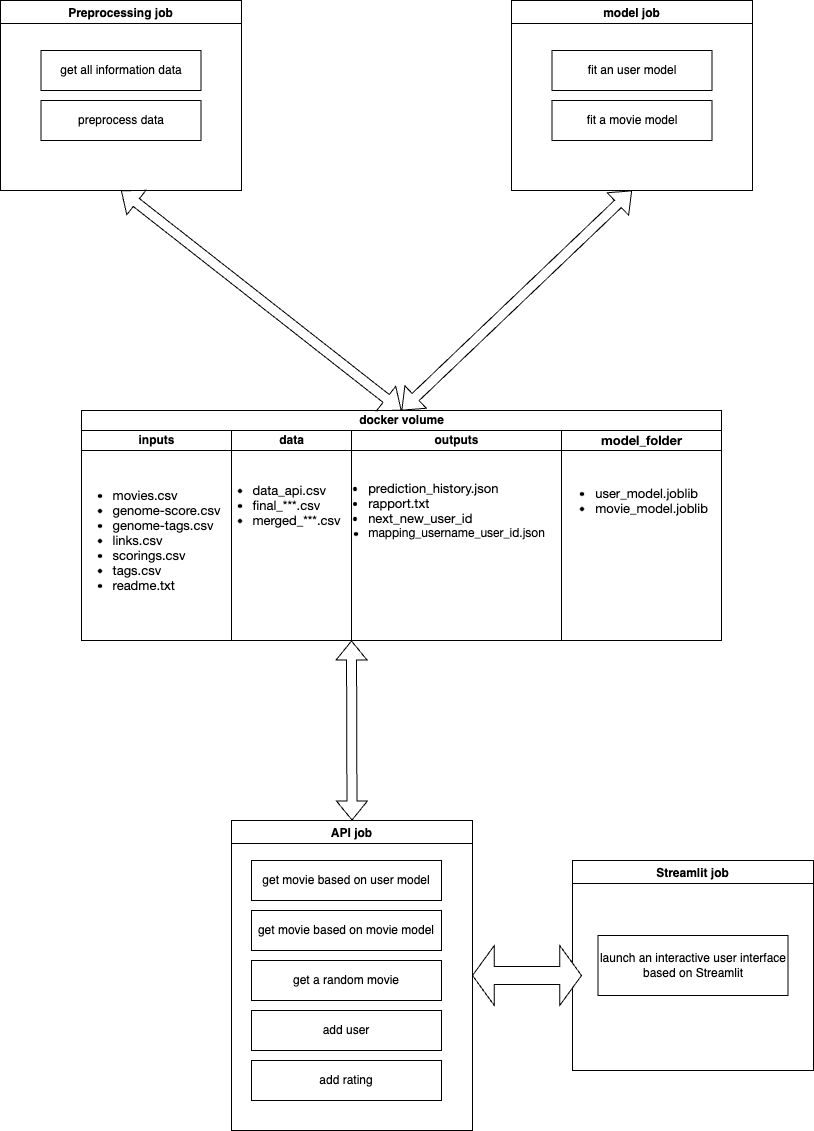
This is Images/reco_diagram.png from mlops-recofilm/recofilm, a draw.io export, as it was before one commit. Source tidied: cells renumbered, new cells last; positions are measured from the earlier drawing's top-left corner, leaving out a move shared by most shapes.
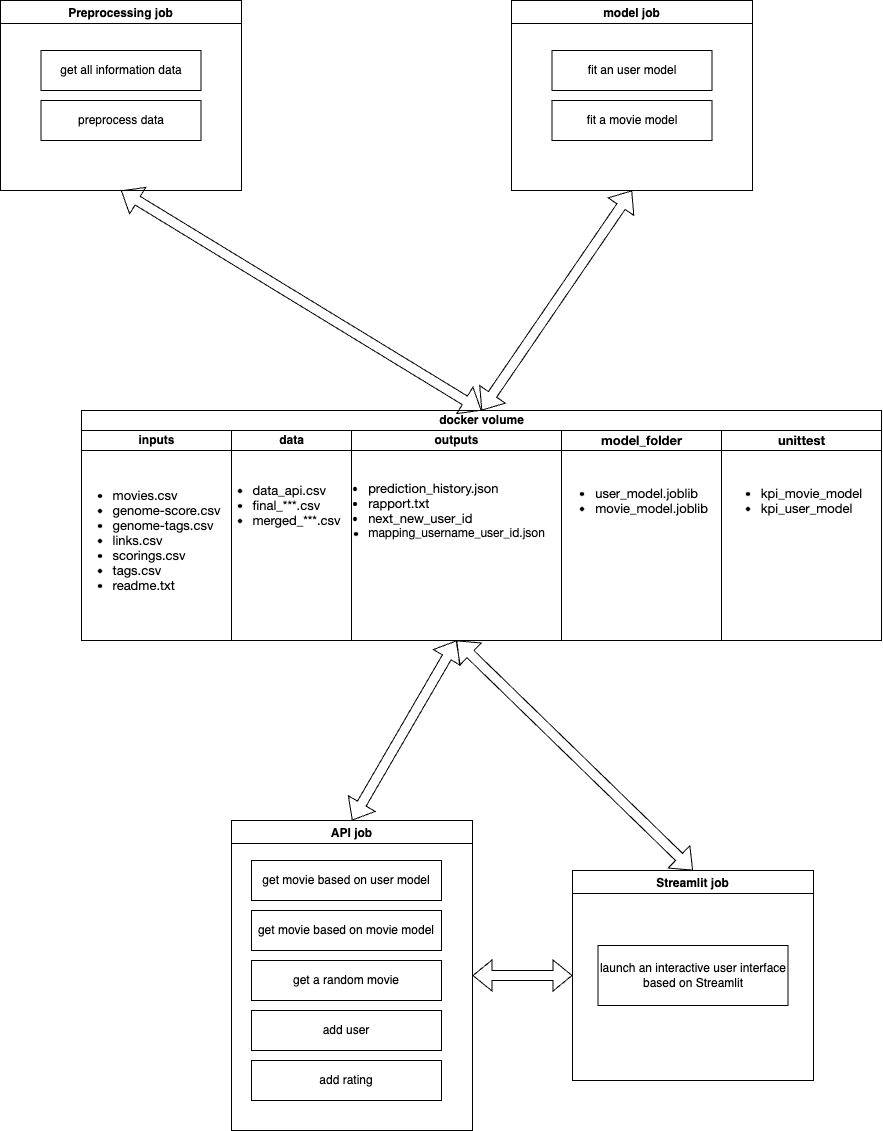
After the commit.

The edit, as a diff of the source:
```diff
@@ -12,7 +12,7 @@
       <mxGeometry x="40.5" y="100" width="160" height="40" as="geometry" />
     </mxCell>
     <mxCell id="5" value="docker volume" style="swimlane;startSize=20;html=1;" parent="1" vertex="1">
-      <mxGeometry x="81" y="410" width="640" height="230" as="geometry" />
+      <mxGeometry x="81" y="410" width="800" height="230" as="geometry" />
     </mxCell>
     <mxCell id="6" value="inputs" style="swimlane;startSize=20;html=1;" parent="5" vertex="1">
       <mxGeometry y="20" width="150" height="210" as="geometry" />
@@ -38,6 +38,12 @@
     <mxCell id="13" value="&lt;ul style=&quot;border-color: var(--border-color); font-size: medium; text-align: start;&quot; class=&quot;ul1&quot;&gt;&lt;li style=&quot;border-color: var(--border-color); margin: 0px; font-variant-numeric: normal; font-variant-east-asian: normal; font-variant-alternates: normal; font-kerning: auto; font-optical-sizing: auto; font-feature-settings: normal; font-variation-settings: normal; font-stretch: normal; font-size: 13px; line-height: normal; font-family: &amp;quot;Helvetica Neue&amp;quot;;&quot; class=&quot;li1&quot;&gt;user_model.joblib&lt;/li&gt;&lt;li style=&quot;border-color: var(--border-color); margin: 0px; font-variant-numeric: normal; font-variant-east-asian: normal; font-variant-alternates: normal; font-kerning: auto; font-optical-sizing: auto; font-feature-settings: normal; font-variation-settings: normal; font-stretch: normal; font-size: 13px; line-height: normal; font-family: &amp;quot;Helvetica Neue&amp;quot;;&quot; class=&quot;li1&quot;&gt;movie_model.joblib&lt;/li&gt;&lt;/ul&gt;" style="text;html=1;align=center;verticalAlign=middle;strokeColor=none;fillColor=none;" parent="12" vertex="1">
       <mxGeometry x="-20" y="30" width="180" height="80" as="geometry" />
     </mxCell>
+    <mxCell id="29" value="&lt;span style=&quot;font-family: &amp;quot;Helvetica Neue&amp;quot;; font-size: 13px; text-align: start; background-color: initial;&quot;&gt;unittest&lt;/span&gt;" style="swimlane;startSize=20;html=1;fontStyle=1;" parent="5" vertex="1">
+      <mxGeometry x="640" y="20" width="160" height="210" as="geometry" />
+    </mxCell>
+    <mxCell id="30" value="&lt;ul style=&quot;border-color: var(--border-color); font-size: medium; text-align: start;&quot; class=&quot;ul1&quot;&gt;&lt;li style=&quot;border-color: var(--border-color); margin: 0px; font-variant-numeric: normal; font-variant-east-asian: normal; font-variant-alternates: normal; font-kerning: auto; font-optical-sizing: auto; font-feature-settings: normal; font-variation-settings: normal; font-stretch: normal; font-size: 13px; line-height: normal; font-family: &amp;quot;Helvetica Neue&amp;quot;;&quot; class=&quot;li1&quot;&gt;kpi_movie_model&lt;/li&gt;&lt;li style=&quot;border-color: var(--border-color); margin: 0px; font-variant-numeric: normal; font-variant-east-asian: normal; font-variant-alternates: normal; font-kerning: auto; font-optical-sizing: auto; font-feature-settings: normal; font-variation-settings: normal; font-stretch: normal; font-size: 13px; line-height: normal; font-family: &amp;quot;Helvetica Neue&amp;quot;;&quot; class=&quot;li1&quot;&gt;kpi_user_model&lt;/li&gt;&lt;/ul&gt;" style="text;html=1;align=center;verticalAlign=middle;strokeColor=none;fillColor=none;" parent="29" vertex="1">
+      <mxGeometry x="-10" y="30" width="160" height="80" as="geometry" />
+    </mxCell>
     <mxCell id="14" value="model job" style="swimlane;" parent="1" vertex="1">
       <mxGeometry x="511" width="241" height="190" as="geometry" />
     </mxCell>
@@ -71,17 +77,20 @@
     <mxCell id="24" value="add rating" style="rounded=0;whiteSpace=wrap;html=1;" parent="19" vertex="1">
       <mxGeometry x="20" y="240" width="190" height="40" as="geometry" />
     </mxCell>
-    <mxCell id="25" style="shape=flexArrow;endArrow=classic;startArrow=classic;html=1;rounded=0;exitX=0.5;exitY=0;exitDx=0;exitDy=0;entryX=0;entryY=1;entryDx=0;entryDy=0;" parent="1" edge="1" source="19" target="9">
+    <mxCell id="25" style="shape=flexArrow;endArrow=classic;startArrow=classic;html=1;rounded=0;exitX=0.5;exitY=0;exitDx=0;exitDy=0;entryX=0.5;entryY=1;entryDx=0;entryDy=0;" parent="1" edge="1" source="19" target="9">
       <mxGeometry relative="1" as="geometry" />
     </mxCell>
     <mxCell id="26" value="Streamlit job" style="swimlane;" parent="1" vertex="1">
-      <mxGeometry x="572" y="860" width="241" height="210" as="geometry" />
+      <mxGeometry x="572" y="870" width="241" height="210" as="geometry" />
     </mxCell>
     <mxCell id="27" value="launch an interactive user interface based on Streamlit" style="rounded=0;whiteSpace=wrap;html=1;" parent="26" vertex="1">
       <mxGeometry x="25.5" y="75" width="190" height="60" as="geometry" />
     </mxCell>
-    <mxCell id="28" style="shape=doubleArrow;whiteSpace=wrap;html=1;" parent="1" vertex="1">
-      <mxGeometry x="472" y="945" width="109" height="60" as="geometry" />
-    </mxCell>
+    <mxCell id="31" style="shape=flexArrow;endArrow=classic;startArrow=classic;html=1;rounded=0;exitX=0.5;exitY=0;exitDx=0;exitDy=0;entryX=0.5;entryY=1;entryDx=0;entryDy=0;" parent="1" edge="1" source="26" target="9">
+      <mxGeometry relative="1" as="geometry" />
+    </mxCell>
+    <mxCell id="32" style="shape=flexArrow;endArrow=classic;startArrow=classic;html=1;rounded=0;exitX=0;exitY=0.5;exitDx=0;exitDy=0;entryX=1;entryY=0.5;entryDx=0;entryDy=0;" parent="1" edge="1" source="26" target="19">
+      <mxGeometry relative="1" as="geometry" />
+    </mxCell>
   </root>
 </mxGraphModel>
```
